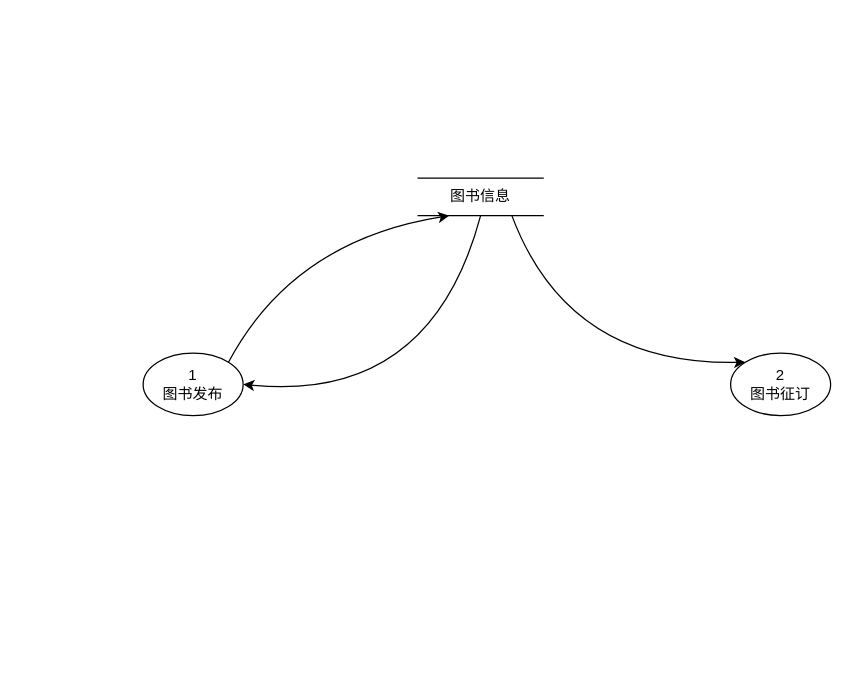
This is page "第 2 页" (2 of 3) of diagram/图书征订系统.drawio from z-dn/z-dn, a draw.io file, before an edit. Source tidied: cells renumbered, new cells numbered last; positions are measured from the earlier drawing's top-left corner, leaving out a move shared by most shapes. Both pictures are drawn from the tidied source at 125%, with x=0, y=0 at pixel (142, 178).
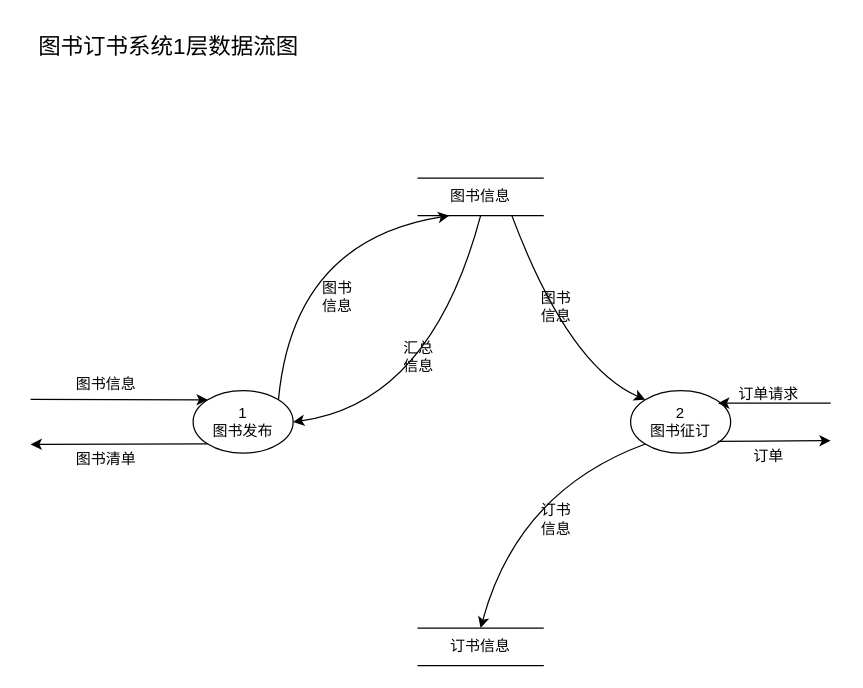
Above is the later version.

Commit message:
更新图书征订系统.drawio

The edit, as a diff of the source:
```diff
@@
     <mxCell id="3" value="1&lt;br&gt;图书发布" style="shape=ellipse;html=1;dashed=0;whiteSpace=wrap;perimeter=ellipsePerimeter;" parent="1" vertex="1">
-      <mxGeometry y="140" width="80" height="50" as="geometry" />
+      <mxGeometry x="40" y="170" width="80" height="50" as="geometry" />
     </mxCell>
     <mxCell id="4" value="2&lt;br&gt;图书征订" style="shape=ellipse;html=1;dashed=0;whiteSpace=wrap;perimeter=ellipsePerimeter;" parent="1" vertex="1">
-      <mxGeometry x="470" y="140" width="80" height="50" as="geometry" />
+      <mxGeometry x="390" y="170" width="80" height="50" as="geometry" />
     </mxCell>
@@
+    <mxCell id="8" style="endArrow=classic;html=1;rounded=0;entryX=0;entryY=0;entryDx=0;entryDy=0;" parent="1" edge="1" target="3">
+      <mxGeometry relative="1" as="geometry">
+        <mxPoint x="-90" y="177" as="sourcePoint" />
+      </mxGeometry>
+    </mxCell>
+    <mxCell id="9" style="endArrow=classic;html=1;rounded=0;exitX=0;exitY=1;exitDx=0;exitDy=0;" parent="1" edge="1" source="3">
+      <mxGeometry relative="1" as="geometry">
+        <mxPoint x="-90" y="213" as="targetPoint" />
+      </mxGeometry>
+    </mxCell>
+    <mxCell id="10" value="图书信息" style="text;html=1;align=center;verticalAlign=middle;strokeColor=none;fillColor=none;" parent="1" vertex="1">
+      <mxGeometry x="-65" y="150" width="70" height="30" as="geometry" />
+    </mxCell>
+    <mxCell id="11" value="图书清单" style="text;html=1;align=center;verticalAlign=middle;strokeColor=none;fillColor=none;" parent="1" vertex="1">
+      <mxGeometry x="-65" y="210" width="70" height="30" as="geometry" />
+    </mxCell>
+    <mxCell id="12" value="图书&lt;br&gt;信息" style="text;html=1;align=center;verticalAlign=middle;strokeColor=none;fillColor=none;" parent="1" vertex="1">
+      <mxGeometry x="130" y="75" width="50" height="40" as="geometry" />
+    </mxCell>
+    <mxCell id="13" value="汇总&lt;br&gt;信息" style="text;html=1;align=center;verticalAlign=middle;strokeColor=none;fillColor=none;" parent="1" vertex="1">
+      <mxGeometry x="195" y="123" width="50" height="40" as="geometry" />
+    </mxCell>
+    <mxCell id="14" value="图书&lt;br&gt;信息" style="text;html=1;align=center;verticalAlign=middle;strokeColor=none;fillColor=none;" parent="1" vertex="1">
+      <mxGeometry x="305" y="83" width="50" height="40" as="geometry" />
+    </mxCell>
+    <mxCell id="15" style="endArrow=classic;html=1;rounded=0;entryX=0.875;entryY=0.2;entryDx=0;entryDy=0;entryPerimeter=0;" parent="1" edge="1" target="4">
+      <mxGeometry relative="1" as="geometry">
+        <mxPoint x="550" y="180" as="sourcePoint" />
+      </mxGeometry>
+    </mxCell>
+    <mxCell id="16" style="endArrow=classic;html=1;rounded=0;exitX=0.871;exitY=0.813;exitDx=0;exitDy=0;exitPerimeter=0;" parent="1" edge="1" source="4">
+      <mxGeometry relative="1" as="geometry">
+        <mxPoint x="550" y="210" as="targetPoint" />
+      </mxGeometry>
+    </mxCell>
+    <mxCell id="17" value="订单请求" style="text;html=1;align=center;verticalAlign=middle;strokeColor=none;fillColor=none;" parent="1" vertex="1">
+      <mxGeometry x="465" y="158" width="70" height="30" as="geometry" />
+    </mxCell>
+    <mxCell id="18" value="订单" style="text;html=1;align=center;verticalAlign=middle;strokeColor=none;fillColor=none;" parent="1" vertex="1">
+      <mxGeometry x="475" y="208" width="50" height="30" as="geometry" />
+    </mxCell>
+    <mxCell id="19" value="订书信息" style="html=1;dashed=0;whiteSpace=wrap;shape=partialRectangle;right=0;left=0;" parent="1" vertex="1">
+      <mxGeometry x="220" y="360" width="100" height="30" as="geometry" />
+    </mxCell>
+    <mxCell id="20" style="endArrow=classic;html=1;exitX=0;exitY=1;exitDx=0;exitDy=0;entryX=0.5;entryY=0;entryDx=0;entryDy=0;curved=1;" parent="1" edge="1" source="4" target="19">
+      <mxGeometry relative="1" as="geometry">
+        <Array as="points">
+          <mxPoint x="300" y="250" />
+        </Array>
+      </mxGeometry>
+    </mxCell>
+    <mxCell id="21" value="订书&lt;br&gt;信息" style="text;html=1;align=center;verticalAlign=middle;strokeColor=none;fillColor=none;" parent="1" vertex="1">
+      <mxGeometry x="305" y="253" width="50" height="40" as="geometry" />
+    </mxCell>
+    <mxCell id="22" value="图书订书系统1层数据流图" style="text;html=1;align=center;verticalAlign=middle;strokeColor=none;fillColor=none;fontSize=18;" parent="1" vertex="1">
+      <mxGeometry x="-95" y="-125" width="230" height="40" as="geometry" />
+    </mxCell>
```
